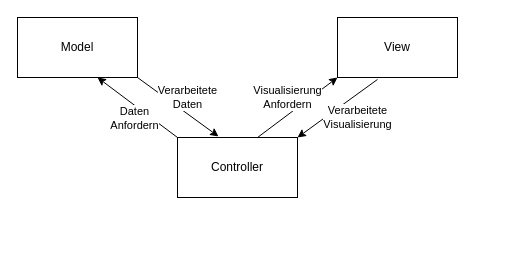
schattenbrot/draw-io keeps this draw.io diagram as mvc.drawio. Above is the earlier version. Source tidied: cells renumbered, new cells numbered last; positions are measured from the earlier drawing's top-left corner, leaving out a move shared by most shapes. Both pictures are drawn from the tidied source at 100%, with x=0, y=0 at pixel (17, 17).
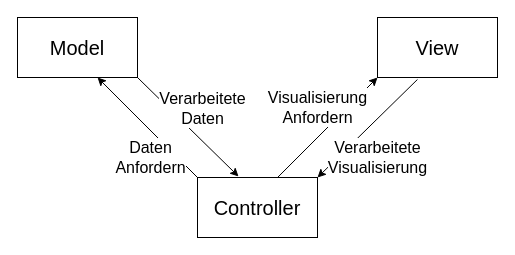
After the change.

The edit, as a diff of the source:
```diff
@@
 <mxGraphModel>
   <root>
     <mxCell id="0" />
     <mxCell id="1" parent="0" />
-    <mxCell id="2" value="Model" style="rounded=0;whiteSpace=wrap;html=1;" parent="1" vertex="1">
+    <mxCell id="2" value="&lt;font style=&quot;font-size: 20px;&quot;&gt;Model&lt;/font&gt;" style="rounded=0;whiteSpace=wrap;html=1;" parent="1" vertex="1">
       <mxGeometry width="120" height="60" as="geometry" />
     </mxCell>
-    <mxCell id="3" value="Controller" style="rounded=0;whiteSpace=wrap;html=1;" parent="1" vertex="1">
-      <mxGeometry x="160" y="120" width="120" height="60" as="geometry" />
+    <mxCell id="3" value="&lt;font style=&quot;font-size: 20px;&quot;&gt;Controller&lt;/font&gt;" style="rounded=0;whiteSpace=wrap;html=1;" parent="1" vertex="1">
+      <mxGeometry x="180" y="160" width="120" height="60" as="geometry" />
     </mxCell>
-    <mxCell id="4" value="View" style="rounded=0;whiteSpace=wrap;html=1;" parent="1" vertex="1">
-      <mxGeometry x="320" width="120" height="60" as="geometry" />
+    <mxCell id="4" value="&lt;font style=&quot;font-size: 20px;&quot;&gt;View&lt;/font&gt;" style="rounded=0;whiteSpace=wrap;html=1;" parent="1" vertex="1">
+      <mxGeometry x="360" width="120" height="60" as="geometry" />
     </mxCell>
     <mxCell id="5" style="endArrow=classic;html=1;rounded=0;exitX=0;exitY=0;exitDx=0;exitDy=0;entryX=0.667;entryY=1;entryDx=0;entryDy=0;entryPerimeter=0;" parent="1" edge="1" source="3" target="2">
       <mxGeometry relative="1" as="geometry" />
     </mxCell>
-    <mxCell id="6" value="&lt;div&gt;Daten&lt;/div&gt;&lt;div&gt;Anfordern&lt;/div&gt;" style="edgeLabel;html=1;align=center;verticalAlign=middle;" parent="5" vertex="1">
+    <mxCell id="6" value="&lt;div style=&quot;font-size: 16px;&quot;&gt;&lt;font style=&quot;font-size: 16px;&quot;&gt;Daten&lt;/font&gt;&lt;/div&gt;&lt;div style=&quot;font-size: 16px;&quot;&gt;&lt;font style=&quot;font-size: 16px;&quot;&gt;Anfordern&lt;/font&gt;&lt;/div&gt;" style="edgeLabel;html=1;align=center;verticalAlign=middle;" parent="5" vertex="1">
       <mxGeometry x="-0.34" relative="1" as="geometry">
-        <mxPoint x="-17" as="offset" />
+        <mxPoint x="-14" y="13" as="offset" />
       </mxGeometry>
     </mxCell>
-    <mxCell id="7" value="Verarbeitete&lt;br&gt;Visualisierung" style="endArrow=classic;html=1;rounded=0;exitX=0.333;exitY=1.033;exitDx=0;exitDy=0;exitPerimeter=0;entryX=1;entryY=0;entryDx=0;entryDy=0;" parent="1" edge="1" source="4" target="3">
-      <mxGeometry x="-0.22" y="19" relative="1" as="geometry" />
+    <mxCell id="7" value="&lt;font style=&quot;font-size: 16px;&quot;&gt;Verarbeitete&lt;br&gt;Visualisierung&lt;/font&gt;" style="endArrow=classic;html=1;rounded=0;exitX=0.333;exitY=1.033;exitDx=0;exitDy=0;exitPerimeter=0;entryX=1;entryY=0;entryDx=0;entryDy=0;" parent="1" edge="1" source="4" target="3">
+      <mxGeometry x="0.19" y="28" relative="1" as="geometry" />
     </mxCell>
     <mxCell id="8" style="endArrow=classic;html=1;rounded=0;entryX=0.342;entryY=-0.017;entryDx=0;entryDy=0;exitX=1;exitY=1;exitDx=0;exitDy=0;entryPerimeter=0;" parent="1" edge="1" source="2" target="3">
       <mxGeometry relative="1" as="geometry" />
     </mxCell>
-    <mxCell id="9" value="Verarbeitete&lt;br&gt;Daten" style="edgeLabel;html=1;align=center;verticalAlign=middle;" parent="8" vertex="1">
+    <mxCell id="9" value="&lt;font style=&quot;font-size: 16px;&quot;&gt;Verarbeitete&lt;br&gt;Daten&lt;/font&gt;" style="edgeLabel;html=1;align=center;verticalAlign=middle;" parent="8" vertex="1">
       <mxGeometry x="0.38" y="3" relative="1" as="geometry">
-        <mxPoint x="-8" y="-19" as="offset" />
+        <mxPoint x="-8" y="-36" as="offset" />
       </mxGeometry>
     </mxCell>
-    <mxCell id="10" value="Visualisierung&lt;br&gt;Anfordern" style="endArrow=classic;html=1;rounded=0;exitX=0.667;exitY=0;exitDx=0;exitDy=0;exitPerimeter=0;entryX=0;entryY=1;entryDx=0;entryDy=0;" parent="1" edge="1" source="3" target="4">
-      <mxGeometry x="-0.04" y="14" relative="1" as="geometry" />
+    <mxCell id="10" value="&lt;font style=&quot;font-size: 16px;&quot;&gt;Visualisierung&lt;br&gt;Anfordern&lt;/font&gt;" style="endArrow=classic;html=1;rounded=0;exitX=0.667;exitY=0;exitDx=0;exitDy=0;exitPerimeter=0;entryX=0;entryY=1;entryDx=0;entryDy=0;" parent="1" edge="1" source="3" target="4">
+      <mxGeometry x="0.1" y="21" relative="1" as="geometry" />
     </mxCell>
   </root>
 </mxGraphModel>
```
